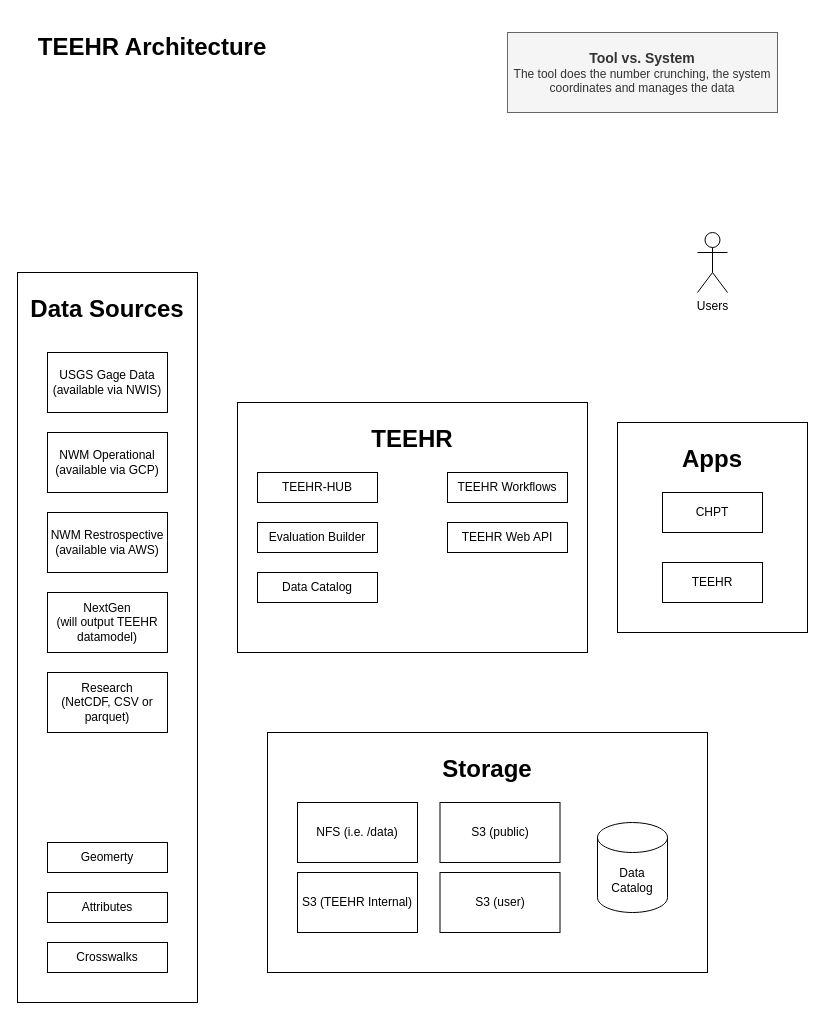
Earlier version of the draw.io diagram design/teehr-arch.drawio (RTIInternational/teehr). Source tidied: cells renumbered, new cells numbered last; positions are measured from the earlier drawing's top-left corner, leaving out a move shared by most shapes. Both pictures are drawn from the tidied source at 100%, with x=0, y=0 at pixel (17, 32).
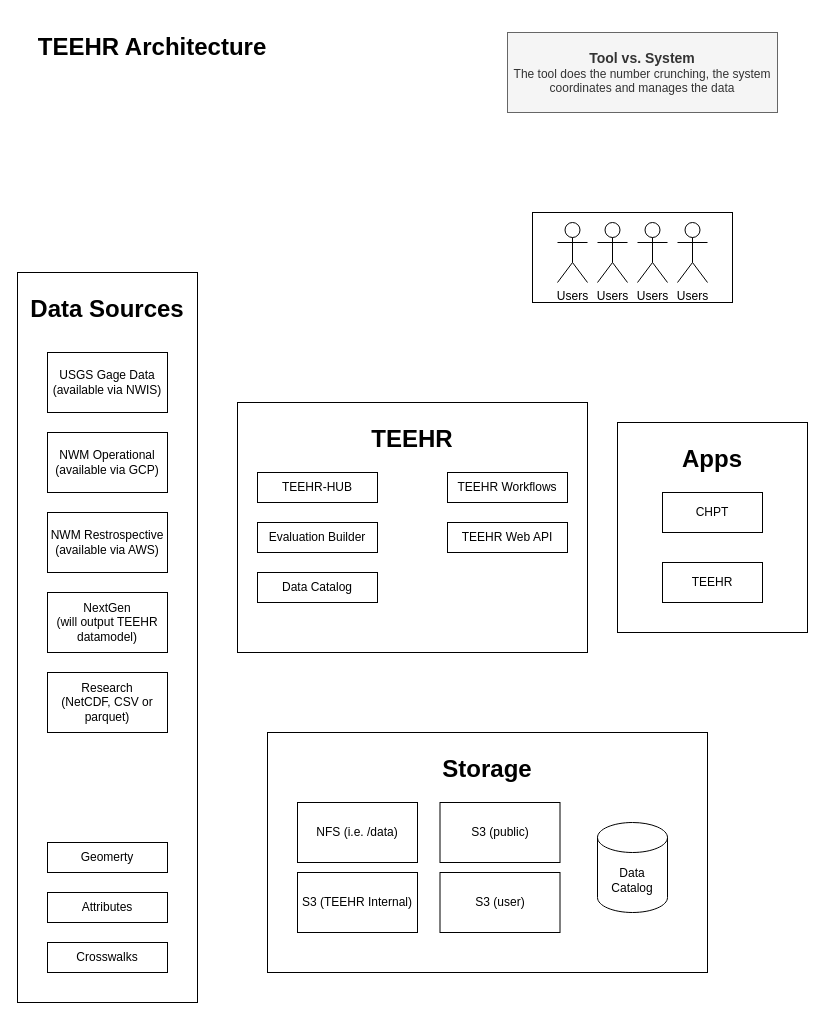
The same page after the edit.

Diff of the diagram source:
```diff
@@
+    <mxCell id="29" style="rounded=0;whiteSpace=wrap;html=1;" parent="1" vertex="1">
+      <mxGeometry x="515" y="180" width="200" height="90" as="geometry" />
+    </mxCell>
@@
     <mxCell id="6" value="Users" style="shape=umlActor;verticalLabelPosition=bottom;verticalAlign=top;html=1;" parent="1" vertex="1">
-      <mxGeometry x="680" y="200" width="30" height="60" as="geometry" />
+      <mxGeometry x="540" y="190" width="30" height="60" as="geometry" />
     </mxCell>
@@
+    <mxCell id="30" value="Users" style="shape=umlActor;verticalLabelPosition=bottom;verticalAlign=top;html=1;" parent="1" vertex="1">
+      <mxGeometry x="580" y="190" width="30" height="60" as="geometry" />
+    </mxCell>
+    <mxCell id="31" value="Users" style="shape=umlActor;verticalLabelPosition=bottom;verticalAlign=top;html=1;" parent="1" vertex="1">
+      <mxGeometry x="620" y="190" width="30" height="60" as="geometry" />
+    </mxCell>
+    <mxCell id="32" value="Users" style="shape=umlActor;verticalLabelPosition=bottom;verticalAlign=top;html=1;" parent="1" vertex="1">
+      <mxGeometry x="660" y="190" width="30" height="60" as="geometry" />
+    </mxCell>
```
